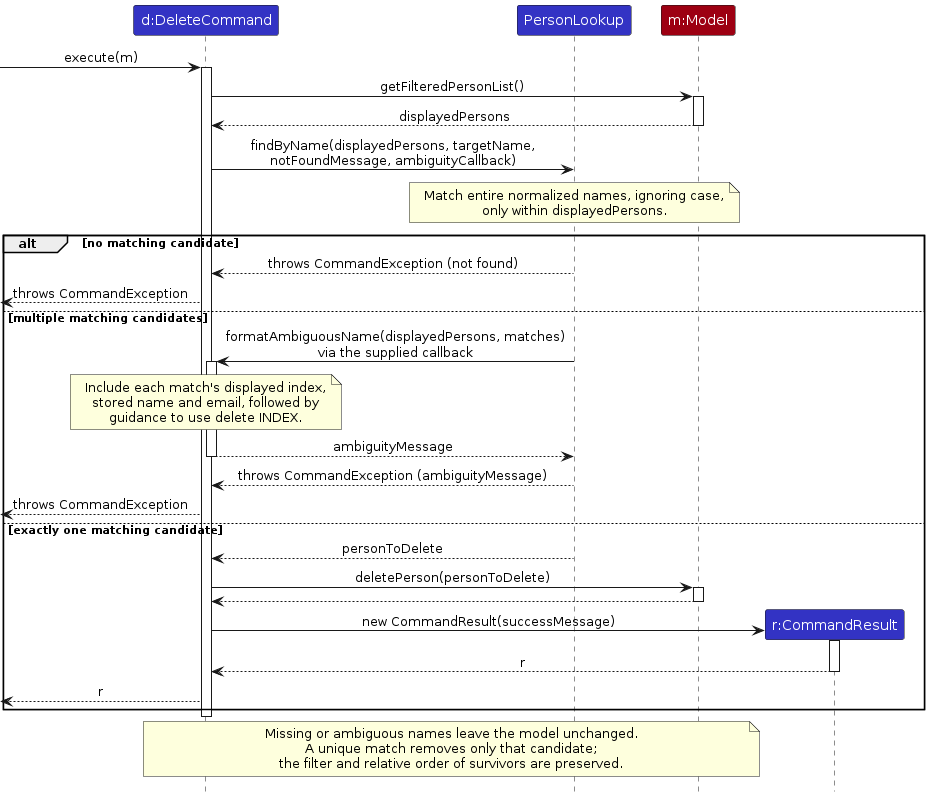
The PlantUML diagram diagrams/DeleteByNameSequenceDiagram.png in AY2627S1-CS2103T-T09-3/tp, before a commit. Its source is kept beside it as diagrams/DeleteByNameSequenceDiagram.puml.
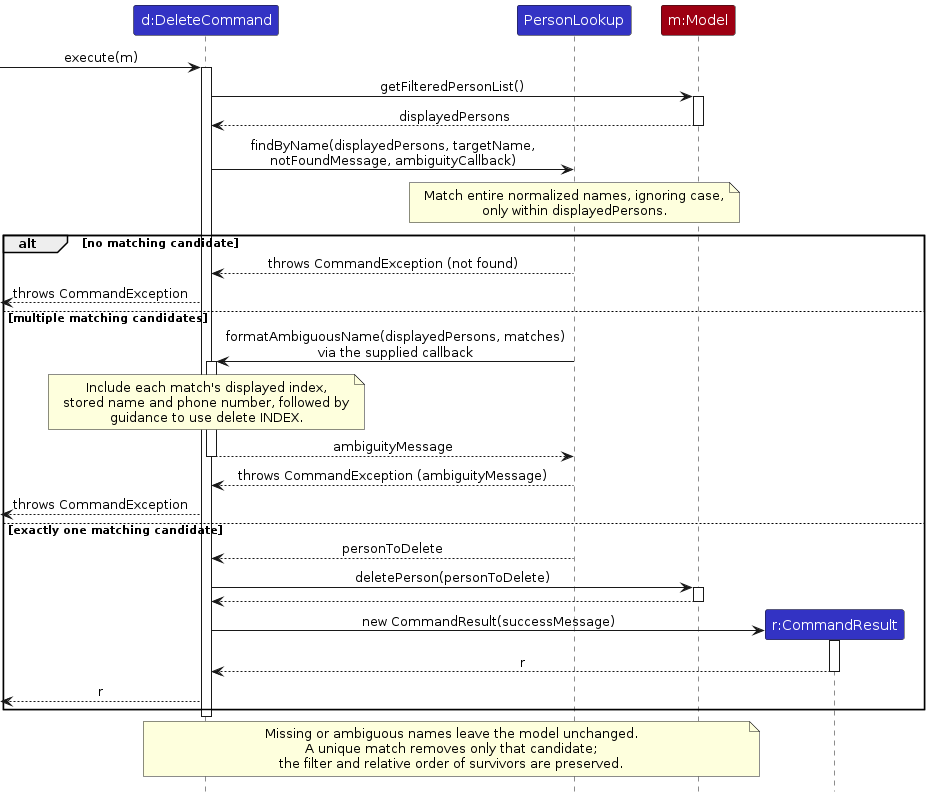
The same diagram one commit later.

What changed in the source:
```diff
@@ -29,7 +29,7 @@
     activate DeleteCommand
     note over DeleteCommand
     Include each match's displayed index,
-    stored name and email, followed by
+    stored name and phone number, followed by
     guidance to use delete INDEX.
     end note
     DeleteCommand --> PersonLookup : ambiguityMessage
```
